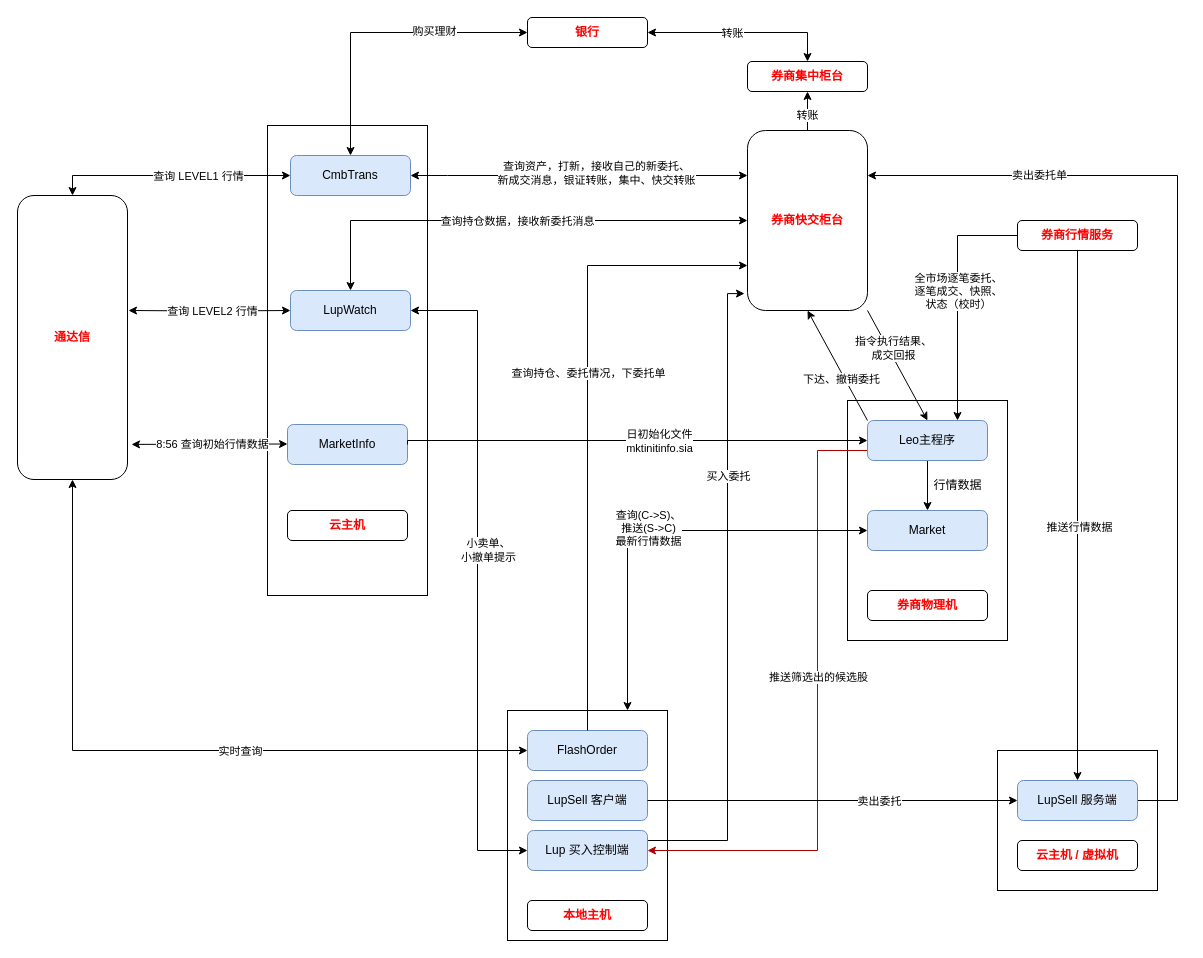
Before: structure.drawio in haycheng/draw.io, a draw.io diagram. Source tidied: cells renumbered, new cells numbered last; positions are measured from the earlier drawing's top-left corner, leaving out a move shared by most shapes. Both pictures are drawn from the tidied source at 100%, with x=0, y=0 at pixel (17, 17).
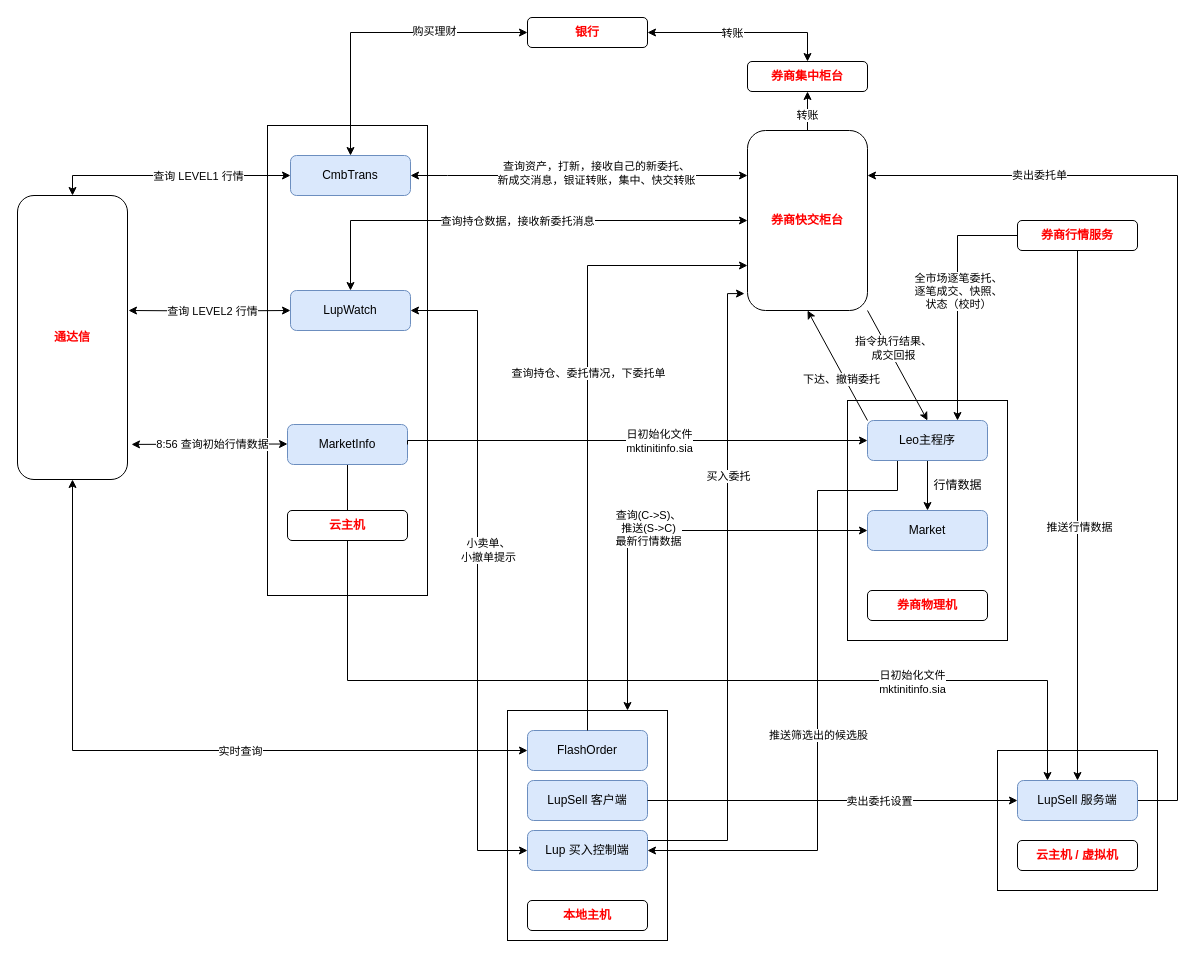
The same diagram, later.

Unchanged cells that the change refers to:
```xml
<mxCell id="10" value="Lup 买入控制端" style="rounded=1;whiteSpace=wrap;html=1;fillColor=#dae8fc;strokeColor=#6c8ebf;" parent="1" vertex="1">
  <mxGeometry x="510" y="813" width="120" height="40" as="geometry" />
</mxCell>
<mxCell id="21" value="MarketInfo" style="rounded=1;whiteSpace=wrap;html=1;fillColor=#dae8fc;strokeColor=#6c8ebf;" parent="1" vertex="1">
  <mxGeometry x="270" y="407" width="120" height="40" as="geometry" />
</mxCell>
<mxCell id="30" value="Leo主程序" style="rounded=1;whiteSpace=wrap;html=1;fillColor=#dae8fc;strokeColor=#6c8ebf;" parent="1" vertex="1">
  <mxGeometry x="850" y="403" width="120" height="40" as="geometry" />
</mxCell>
<mxCell id="51" style="edgeStyle=orthogonalEdgeStyle;rounded=0;jettySize=auto;html=1;exitX=1;exitY=0.5;exitDx=0;exitDy=0;entryX=0;entryY=0.5;entryDx=0;entryDy=0;startArrow=none;startFill=0;" parent="1" edge="1" source="7" target="59">
  <mxGeometry relative="1" as="geometry">
    <Array as="points">
      <mxPoint x="880" y="783" />
      <mxPoint x="880" y="783" />
    </Array>
  </mxGeometry>
</mxCell>
<mxCell id="59" value="LupSell 服务端" style="rounded=1;whiteSpace=wrap;html=1;fillColor=#dae8fc;strokeColor=#6c8ebf;" parent="1" vertex="1">
  <mxGeometry x="1000" y="763" width="120" height="40" as="geometry" />
</mxCell>
```

Change to the diagram source:
```diff
@@
+    <mxCell id="68" style="edgeStyle=orthogonalEdgeStyle;rounded=0;jettySize=auto;html=1;exitX=0.5;exitY=1;exitDx=0;exitDy=0;entryX=0.25;entryY=0;entryDx=0;entryDy=0;shadow=0;startArrow=none;startFill=0;" parent="1" edge="1" source="21" target="59">
+      <mxGeometry relative="1" as="geometry">
+        <Array as="points">
+          <mxPoint x="330" y="663" />
+          <mxPoint x="1030" y="663" />
+        </Array>
+      </mxGeometry>
+    </mxCell>
+    <mxCell id="69" value="日初始化文件&lt;br&gt;mktinitinfo.sia" style="edgeLabel;html=1;align=center;verticalAlign=middle;" parent="68" vertex="1">
+      <mxGeometry x="0.45" y="-1" relative="1" as="geometry">
+        <mxPoint x="43" as="offset" />
+      </mxGeometry>
+    </mxCell>
@@
-    <mxCell id="28" style="edgeStyle=orthogonalEdgeStyle;rounded=0;jettySize=auto;html=1;exitX=0;exitY=0.75;exitDx=0;exitDy=0;entryX=1;entryY=0.5;entryDx=0;entryDy=0;startArrow=none;startFill=0;fillColor=#e51400;strokeColor=#B20000;" parent="1" edge="1" source="30" target="10">
+    <mxCell id="28" style="edgeStyle=orthogonalEdgeStyle;rounded=0;jettySize=auto;html=1;exitX=0.25;exitY=1;exitDx=0;exitDy=0;entryX=1;entryY=0.5;entryDx=0;entryDy=0;startArrow=none;startFill=0;fillColor=#e51400;" parent="1" edge="1" source="30" target="10">
       <mxGeometry relative="1" as="geometry">
         <Array as="points">
-          <mxPoint x="800" y="433" />
+          <mxPoint x="880" y="473" />
+          <mxPoint x="800" y="473" />
           <mxPoint x="800" y="833" />
         </Array>
       </mxGeometry>
     </mxCell>
     <mxCell id="29" value="推送筛选出的候选股" style="edgeLabel;html=1;align=center;verticalAlign=middle;" parent="28" vertex="1">
-      <mxGeometry x="-0.11" relative="1" as="geometry" />
+      <mxGeometry x="-0.11" relative="1" as="geometry">
+        <mxPoint y="69" as="offset" />
+      </mxGeometry>
     </mxCell>
@@
-    <mxCell id="52" value="卖出委托" style="edgeLabel;html=1;align=center;verticalAlign=middle;" parent="51" vertex="1">
+    <mxCell id="52" value="卖出委托设置" style="edgeLabel;html=1;align=center;verticalAlign=middle;" parent="51" vertex="1">
       <mxGeometry x="-0.42" y="-1" relative="1" as="geometry">
         <mxPoint x="124" y="-1" as="offset" />
       </mxGeometry>
     </mxCell>
```
